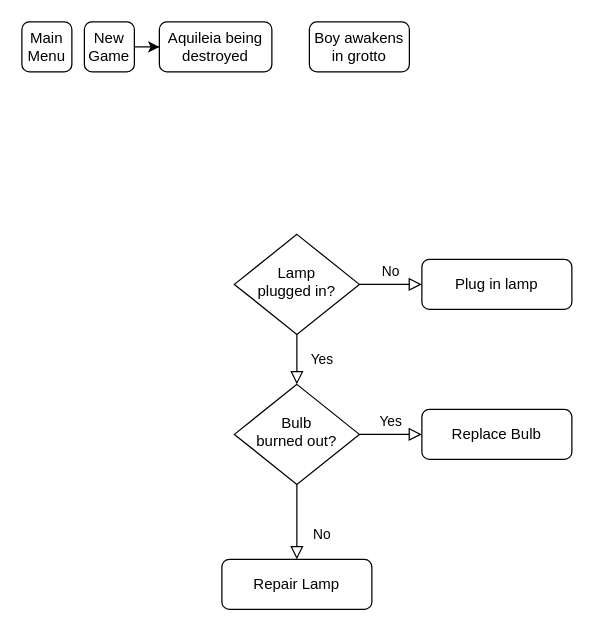
SpencerChamp/akileia keeps this draw.io diagram as page "Narrative" (1 of 2) of Untitled Diagram.drawio. Above is the earlier version. Source tidied: cells renumbered, new cells numbered last; positions are measured from the earlier drawing's top-left corner, leaving out a move shared by most shapes. Both pictures are drawn from the tidied source at 125%, with x=0, y=0 at pixel (21, 21).
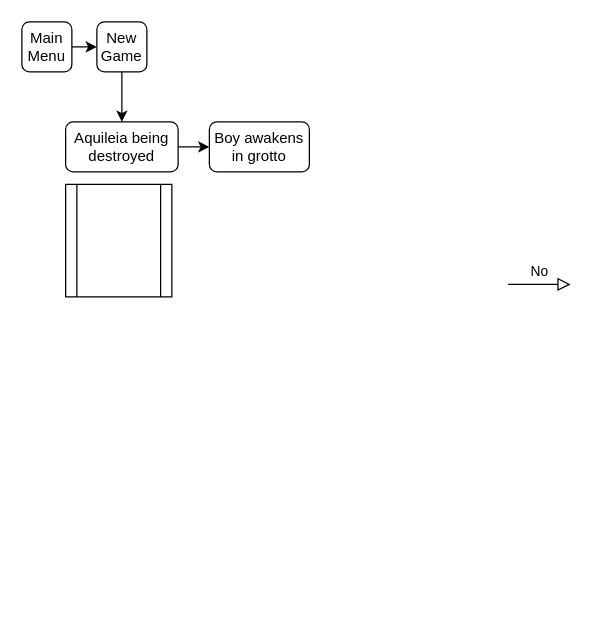
After the change.

Diff of the diagram source:
```diff
@@
 <mxGraphModel>
   <root>
     <mxCell id="0" />
     <mxCell id="1" parent="0" />
+    <mxCell id="16" style="edgeStyle=orthogonalEdgeStyle;rounded=0;jettySize=auto;html=1;" parent="1" edge="1" source="2">
+      <mxGeometry relative="1" as="geometry">
+        <mxPoint x="60" y="20" as="targetPoint" />
+      </mxGeometry>
+    </mxCell>
     <mxCell id="2" value="Main Menu" style="rounded=1;whiteSpace=wrap;html=1;fontSize=12;glass=0;strokeWidth=1;shadow=0;" parent="1" vertex="1">
       <mxGeometry width="40" height="40" as="geometry" />
     </mxCell>
-    <mxCell id="3" value="Yes" style="rounded=0;html=1;jettySize=auto;fontSize=11;endArrow=block;endFill=0;endSize=8;strokeWidth=1;shadow=0;labelBackgroundColor=none;edgeStyle=orthogonalEdgeStyle;" parent="1" edge="1" source="5" target="9">
-      <mxGeometry y="20" relative="1" as="geometry" />
-    </mxCell>
-    <mxCell id="4" value="No" style="edgeStyle=orthogonalEdgeStyle;rounded=0;html=1;jettySize=auto;fontSize=11;endArrow=block;endFill=0;endSize=8;strokeWidth=1;shadow=0;labelBackgroundColor=none;" parent="1" edge="1" source="5" target="6">
-      <mxGeometry y="10" relative="1" as="geometry" />
+    <mxCell id="4" value="No" style="edgeStyle=orthogonalEdgeStyle;rounded=0;html=1;jettySize=auto;orthogonalLoop=1;fontSize=11;endArrow=block;endFill=0;endSize=8;strokeWidth=1;shadow=0;labelBackgroundColor=none;" parent="1" edge="1">
+      <mxGeometry y="10" relative="1" as="geometry">
+        <mxPoint x="389" y="210" as="sourcePoint" />
+        <mxPoint x="439" y="210" as="targetPoint" />
+      </mxGeometry>
     </mxCell>
-    <mxCell id="5" value="Lamp&lt;br&gt;plugged in?" style="rhombus;whiteSpace=wrap;html=1;shadow=0;fontFamily=Helvetica;fontSize=12;align=center;strokeWidth=1;spacing=6;spacingTop=-4;" parent="1" vertex="1">
-      <mxGeometry x="170" y="170" width="100" height="80" as="geometry" />
-    </mxCell>
-    <mxCell id="6" value="Plug in lamp" style="rounded=1;whiteSpace=wrap;html=1;fontSize=12;glass=0;strokeWidth=1;shadow=0;" parent="1" vertex="1">
-      <mxGeometry x="320" y="190" width="120" height="40" as="geometry" />
-    </mxCell>
-    <mxCell id="7" value="No" style="rounded=0;html=1;jettySize=auto;fontSize=11;endArrow=block;endFill=0;endSize=8;strokeWidth=1;shadow=0;labelBackgroundColor=none;edgeStyle=orthogonalEdgeStyle;" parent="1" edge="1" source="9" target="10">
-      <mxGeometry x="0.33" y="20" relative="1" as="geometry" />
-    </mxCell>
-    <mxCell id="8" value="Yes" style="edgeStyle=orthogonalEdgeStyle;rounded=0;html=1;jettySize=auto;fontSize=11;endArrow=block;endFill=0;endSize=8;strokeWidth=1;shadow=0;labelBackgroundColor=none;" parent="1" edge="1" source="9" target="11">
-      <mxGeometry y="10" relative="1" as="geometry" />
-    </mxCell>
-    <mxCell id="9" value="Bulb&lt;br&gt;burned out?" style="rhombus;whiteSpace=wrap;html=1;shadow=0;fontFamily=Helvetica;fontSize=12;align=center;strokeWidth=1;spacing=6;spacingTop=-4;" parent="1" vertex="1">
-      <mxGeometry x="170" y="290" width="100" height="80" as="geometry" />
-    </mxCell>
-    <mxCell id="10" value="Repair Lamp" style="rounded=1;whiteSpace=wrap;html=1;fontSize=12;glass=0;strokeWidth=1;shadow=0;" parent="1" vertex="1">
-      <mxGeometry x="160" y="430" width="120" height="40" as="geometry" />
-    </mxCell>
-    <mxCell id="11" value="Replace Bulb" style="rounded=1;whiteSpace=wrap;html=1;fontSize=12;glass=0;strokeWidth=1;shadow=0;" parent="1" vertex="1">
-      <mxGeometry x="320" y="310" width="120" height="40" as="geometry" />
-    </mxCell>
     <mxCell id="12" style="edgeStyle=orthogonalEdgeStyle;rounded=0;jettySize=auto;html=1;" parent="1" edge="1" source="13" target="14">
       <mxGeometry relative="1" as="geometry" />
     </mxCell>
     <mxCell id="13" value="New Game" style="rounded=1;whiteSpace=wrap;html=1;" parent="1" vertex="1">
-      <mxGeometry x="50" width="40" height="40" as="geometry" />
+      <mxGeometry x="60" width="40" height="40" as="geometry" />
     </mxCell>
+    <mxCell id="17" style="edgeStyle=orthogonalEdgeStyle;rounded=0;jettySize=auto;html=1;" parent="1" edge="1" source="14" target="15">
+      <mxGeometry relative="1" as="geometry" />
+    </mxCell>
     <mxCell id="14" value="Aquileia being destroyed" style="rounded=1;whiteSpace=wrap;html=1;" parent="1" vertex="1">
-      <mxGeometry x="110" width="90" height="40" as="geometry" />
+      <mxGeometry x="35" y="80" width="90" height="40" as="geometry" />
     </mxCell>
     <mxCell id="15" value="Boy awakens in grotto" style="rounded=1;whiteSpace=wrap;html=1;" parent="1" vertex="1">
-      <mxGeometry x="230" width="80" height="40" as="geometry" />
+      <mxGeometry x="150" y="80" width="80" height="40" as="geometry" />
     </mxCell>
+    <mxCell id="18" style="shape=process;whiteSpace=wrap;html=1;backgroundOutline=1;" parent="1" vertex="1">
+      <mxGeometry x="35" y="130" width="85" height="90" as="geometry" />
+    </mxCell>
   </root>
 </mxGraphModel>
```
